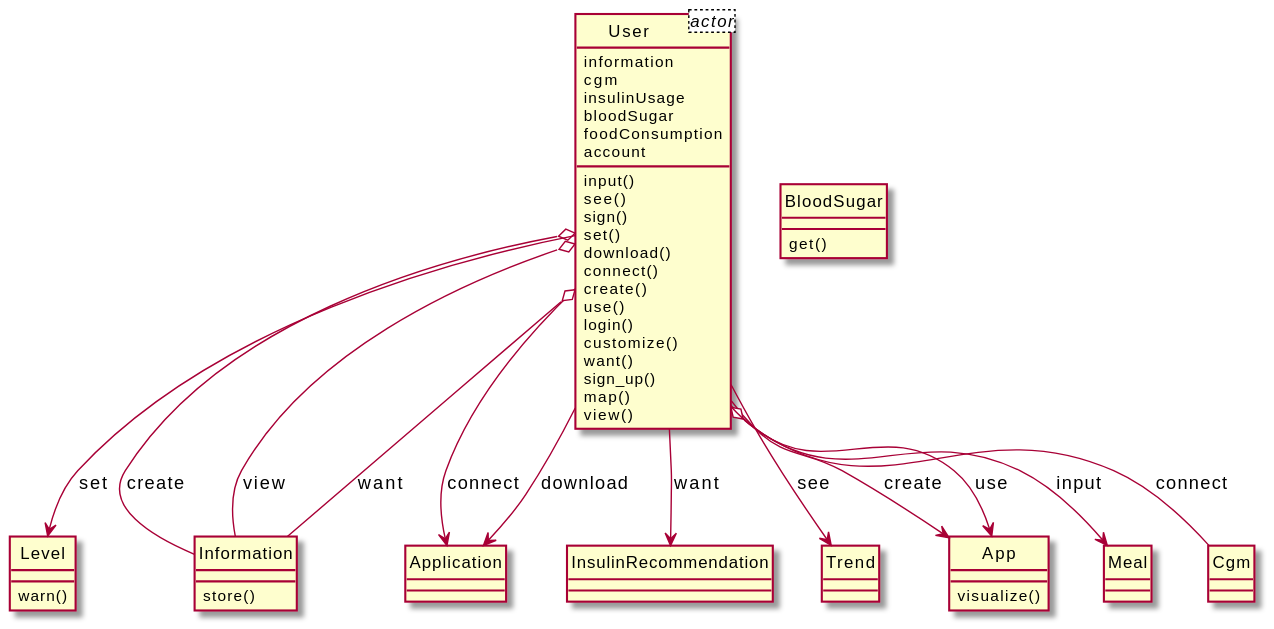
xixixhalu/DomainModelExtractor keeps this PlantUML diagram as output/diagram_5/2017-USC-Project06.svg. Above is the earlier version.
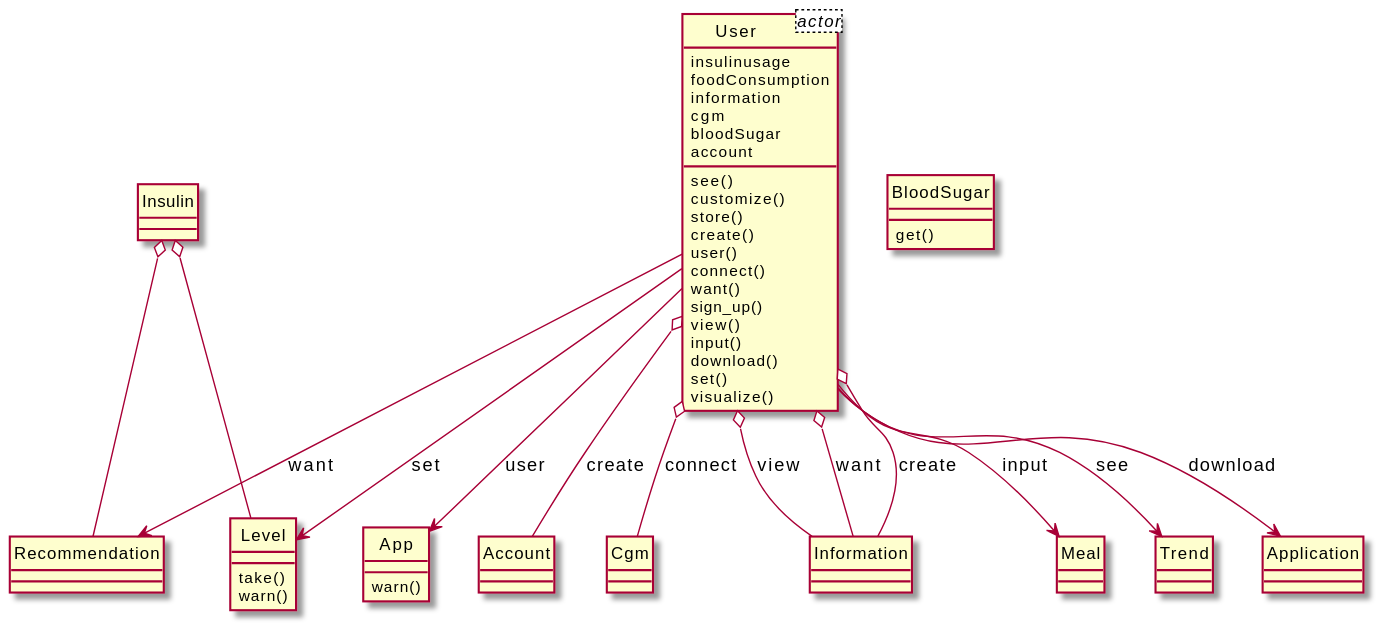
After the change.

The edit, as a diff of the source:
```diff
@@ -1,61 +1,65 @@
 @startuml
 hide circle
 class User<actor> {
+	insulinusage
+	foodConsumption
 	information
 	cgm
-	insulinUsage
 	bloodSugar
-	foodConsumption
 	account
 }
+class Insulin {
+}
+class Recommendation {
+}
 class User {
-	input()
 	see()
-	sign()
-	set()
-	download()
+	customize()
+	store()
+	create()
+	user()
 	connect()
-	create()
-	use()
-	login()
-	customize()
 	want()
 	sign_up()
-	map()
 	view()
+	input()
+	download()
+	set()
+	visualize()
+}
+class App {
+	warn()
+}
+class Account {
 }
 class Level {
+	take()
 	warn()
 }
+class Cgm {
+}
 class Information {
-	store()
-}
-class Application {
-}
-class InsulinRecommendation {
-}
-class Trend {
-}
-class App {
-	visualize()
-}
-class Meal {
-}
-class Cgm {
 }
 class BloodSugar {
 	get()
 }
-User --> Application : connect
+class Meal {
+}
+class Trend {
+}
+class Application {
+}
+User --> Trend : see
+User --> Recommendation : want
+Insulin o-- Recommendation
+User o-- Information : view
+User o-- Information : want
+User o-- Cgm : connect
+User --> Level : set
+User --> App : user
+Insulin o-- Level
+User --> Meal : input
+User --> Application : download
 User o-- Information : create
-User --> Application : download
-User --> App : create
-User --> App : use
-User o-- Information : view
-User --> Level : set
-User --> InsulinRecommendation : want
-User o-- Cgm : connect
-User o-- Information : want
-User --> Meal : input
-User --> Trend : see
+User o-- Account : create
 @enduml
```
